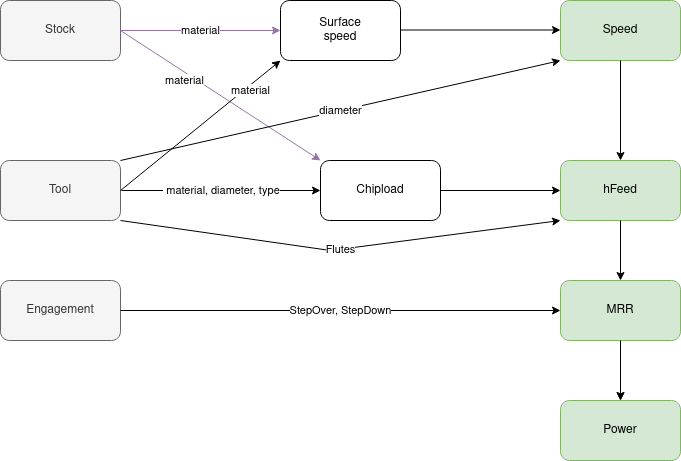
Earlier version of the draw.io export Calculation order summary.drawio.png (spanner888/misc). Source tidied: cells renumbered, new cells last; positions are measured from the earlier drawing's top-left corner, leaving out a move shared by most shapes.
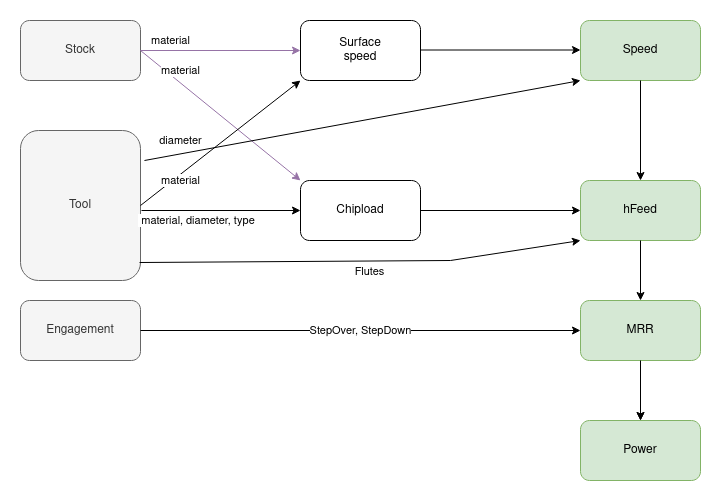
After the commit.

The edit, as a diff of the source:
```diff
@@ -12,10 +12,10 @@
       <mxGeometry x="560" width="120" height="60" as="geometry" />
     </mxCell>
     <mxCell id="5" value="Tool" style="rounded=1;whiteSpace=wrap;html=1;fillColor=#f5f5f5;fontColor=#333333;strokeColor=#666666;" parent="1" vertex="1">
-      <mxGeometry y="160" width="120" height="60" as="geometry" />
+      <mxGeometry y="110" width="120" height="150" as="geometry" />
     </mxCell>
     <mxCell id="6" value="Chipload" style="rounded=1;whiteSpace=wrap;html=1;" parent="1" vertex="1">
-      <mxGeometry x="320" y="160" width="120" height="60" as="geometry" />
+      <mxGeometry x="280" y="160" width="120" height="60" as="geometry" />
     </mxCell>
     <mxCell id="7" value="hFeed" style="rounded=1;whiteSpace=wrap;html=1;fillColor=#d5e8d4;strokeColor=#82b366;" parent="1" vertex="1">
       <mxGeometry x="560" y="160" width="120" height="60" as="geometry" />
@@ -36,21 +36,21 @@
       <mxGeometry relative="1" as="geometry" />
     </mxCell>
     <mxCell id="13" value="material" style="endArrow=classic;html=1;rounded=0;entryX=0;entryY=0.5;entryDx=0;entryDy=0;fillColor=#e1d5e7;strokeColor=#9673a6;" parent="1" edge="1" target="3">
-      <mxGeometry relative="1" as="geometry">
+      <mxGeometry x="-0.62" y="10" relative="1" as="geometry">
         <mxPoint x="120" y="30" as="sourcePoint" />
       </mxGeometry>
     </mxCell>
-    <mxCell id="14" value="&amp;nbsp;material, diameter, type" style="endArrow=classic;html=1;rounded=0;entryX=0;entryY=0.5;entryDx=0;entryDy=0;exitX=1;exitY=0.5;exitDx=0;exitDy=0;" parent="1" edge="1">
-      <mxGeometry relative="1" as="geometry">
+    <mxCell id="14" value="&amp;nbsp;material, diameter, type" style="endArrow=classic;html=1;rounded=0;exitX=1;exitY=0.5;exitDx=0;exitDy=0;" parent="1" edge="1">
+      <mxGeometry x="-0.31" y="-10" relative="1" as="geometry">
         <mxPoint x="121" y="190" as="sourcePoint" />
-        <mxPoint x="320" y="190" as="targetPoint" />
+        <mxPoint x="280" y="190" as="targetPoint" />
       </mxGeometry>
     </mxCell>
     <mxCell id="15" value="material" style="endArrow=classic;html=1;rounded=0;entryX=0;entryY=0;entryDx=0;entryDy=0;exitX=1;exitY=0.5;exitDx=0;exitDy=0;fillColor=#e1d5e7;strokeColor=#9673a6;" parent="1" edge="1" source="2" target="6">
-      <mxGeometry x="-0.32" y="-7" relative="1" as="geometry" />
+      <mxGeometry x="-0.58" y="10" relative="1" as="geometry" />
     </mxCell>
     <mxCell id="16" value="material" style="endArrow=classic;html=1;rounded=0;entryX=0;entryY=1;entryDx=0;entryDy=0;exitX=1;exitY=0.5;exitDx=0;exitDy=0;" parent="1" edge="1" source="5" target="3">
-      <mxGeometry x="0.59" y="-4" relative="1" as="geometry" />
+      <mxGeometry x="-0.54" y="-5" relative="1" as="geometry" />
     </mxCell>
     <mxCell id="17" style="endArrow=classic;html=1;rounded=0;entryX=0;entryY=0.5;entryDx=0;entryDy=0;" parent="1" edge="1">
       <mxGeometry relative="1" as="geometry">
@@ -72,15 +72,15 @@
         <mxPoint x="620" y="340" as="sourcePoint" />
       </mxGeometry>
     </mxCell>
-    <mxCell id="22" value="Flutes" style="endArrow=classic;html=1;rounded=0;exitX=1;exitY=1;exitDx=0;exitDy=0;entryX=0;entryY=1;entryDx=0;entryDy=0;" parent="1" edge="1" source="5" target="7">
-      <mxGeometry relative="1" as="geometry">
+    <mxCell id="22" value="Flutes" style="endArrow=classic;html=1;rounded=0;exitX=0.992;exitY=0.88;exitDx=0;exitDy=0;entryX=0;entryY=1;entryDx=0;entryDy=0;exitPerimeter=0;" parent="1" edge="1" source="5" target="7">
+      <mxGeometry x="0.04" y="-10" relative="1" as="geometry">
         <Array as="points">
-          <mxPoint x="330" y="250" />
+          <mxPoint x="430" y="240" />
         </Array>
       </mxGeometry>
     </mxCell>
-    <mxCell id="23" value="diameter" style="endArrow=classic;html=1;rounded=0;exitX=1;exitY=0;exitDx=0;exitDy=0;entryX=0;entryY=1;entryDx=0;entryDy=0;" parent="1" edge="1" source="5" target="4">
-      <mxGeometry relative="1" as="geometry" />
+    <mxCell id="23" value="diameter" style="endArrow=classic;html=1;rounded=0;exitX=1.033;exitY=0.2;exitDx=0;exitDy=0;entryX=0;entryY=1;entryDx=0;entryDy=0;exitPerimeter=0;" parent="1" edge="1" source="5" target="4">
+      <mxGeometry x="-0.82" y="13" relative="1" as="geometry" />
     </mxCell>
   </root>
 </mxGraphModel>
```
